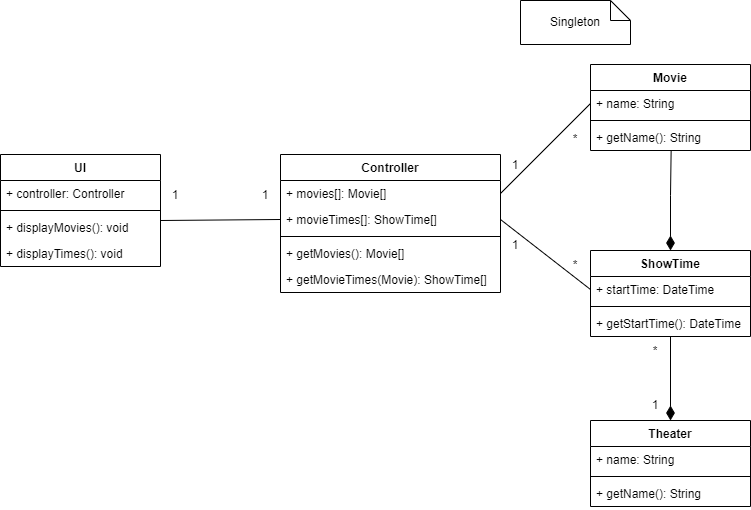
Before: TheaterSystem/doc/SingletonClassDiagram.png, a diagram exported from draw.io (mscs-jacky/theater-system). Source tidied: cells renumbered, new cells last; positions are measured from the earlier drawing's top-left corner, leaving out a move shared by most shapes.
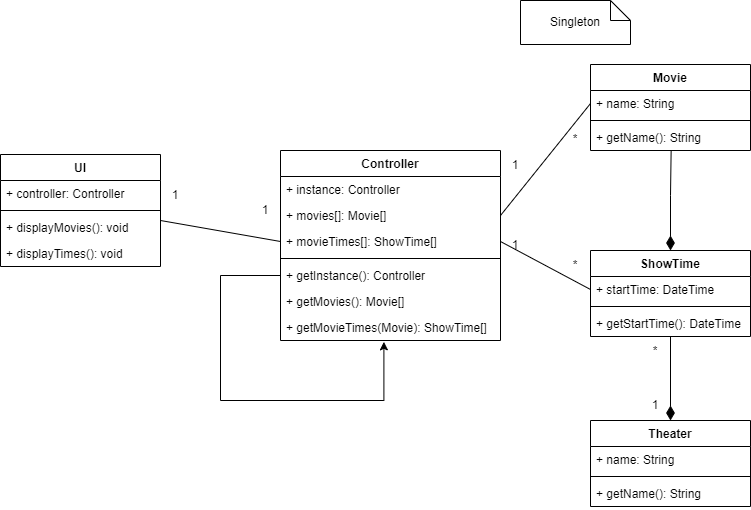
After the change.

The edit, as a diff of the source:
```diff
@@ -18,23 +18,38 @@
       <mxGeometry y="86" width="160" height="26" as="geometry" />
     </mxCell>
     <mxCell id="7" value="Controller" style="swimlane;fontStyle=1;align=center;verticalAlign=top;horizontal=1;startSize=26;" parent="1" vertex="1">
-      <mxGeometry x="280" y="154" width="220" height="138" as="geometry" />
+      <mxGeometry x="280" y="150" width="220" height="190" as="geometry" />
     </mxCell>
+    <mxCell id="39" value="+ instance: Controller" style="text;strokeColor=none;fillColor=none;align=left;verticalAlign=top;spacingLeft=4;spacingRight=4;overflow=hidden;" parent="7" vertex="1">
+      <mxGeometry y="26" width="220" height="26" as="geometry" />
+    </mxCell>
     <mxCell id="8" value="+ movies[]: Movie[]" style="text;strokeColor=none;fillColor=none;align=left;verticalAlign=top;spacingLeft=4;spacingRight=4;overflow=hidden;points=[[0,0.5],[1,0.5]];portConstraint=eastwest;" parent="7" vertex="1">
-      <mxGeometry y="26" width="220" height="26" as="geometry" />
+      <mxGeometry y="52" width="220" height="26" as="geometry" />
     </mxCell>
     <mxCell id="9" value="+ movieTimes[]: ShowTime[]" style="text;strokeColor=none;fillColor=none;align=left;verticalAlign=top;spacingLeft=4;spacingRight=4;overflow=hidden;points=[[0,0.5],[1,0.5]];portConstraint=eastwest;" parent="7" vertex="1">
-      <mxGeometry y="52" width="220" height="26" as="geometry" />
+      <mxGeometry y="78" width="220" height="26" as="geometry" />
     </mxCell>
     <mxCell id="10" style="line;strokeWidth=1;fillColor=none;align=left;verticalAlign=middle;spacingTop=-1;spacingLeft=3;spacingRight=3;labelPosition=right;" parent="7" vertex="1">
-      <mxGeometry y="78" width="220" height="8" as="geometry" />
+      <mxGeometry y="104" width="220" height="8" as="geometry" />
     </mxCell>
+    <mxCell id="40" value="+ getInstance(): Controller" style="text;strokeColor=none;fillColor=none;align=left;verticalAlign=top;spacingLeft=4;spacingRight=4;overflow=hidden;points=[[0,0.5],[1,0.5]];portConstraint=eastwest;" parent="7" vertex="1">
+      <mxGeometry y="112" width="220" height="26" as="geometry" />
+    </mxCell>
     <mxCell id="11" value="+ getMovies(): Movie[]" style="text;strokeColor=none;fillColor=none;align=left;verticalAlign=top;spacingLeft=4;spacingRight=4;overflow=hidden;" parent="7" vertex="1">
-      <mxGeometry y="86" width="220" height="26" as="geometry" />
+      <mxGeometry y="138" width="220" height="26" as="geometry" />
     </mxCell>
     <mxCell id="12" value="+ getMovieTimes(Movie): ShowTime[] " style="text;strokeColor=none;fillColor=none;align=left;verticalAlign=top;spacingLeft=4;spacingRight=4;overflow=hidden;points=[[0,0.5],[1,0.5]];portConstraint=eastwest;" parent="7" vertex="1">
-      <mxGeometry y="112" width="220" height="26" as="geometry" />
+      <mxGeometry y="164" width="220" height="26" as="geometry" />
     </mxCell>
+    <mxCell id="41" style="edgeStyle=orthogonalEdgeStyle;rounded=0;jettySize=auto;html=1;exitX=0;exitY=0.5;exitDx=0;exitDy=0;entryX=0.47;entryY=1.051;entryDx=0;entryDy=0;entryPerimeter=0;" parent="7" edge="1" source="40" target="12">
+      <mxGeometry relative="1" as="geometry">
+        <Array as="points">
+          <mxPoint x="-60" y="125" />
+          <mxPoint x="-60" y="250" />
+          <mxPoint x="103" y="250" />
+        </Array>
+      </mxGeometry>
+    </mxCell>
     <mxCell id="13" value="Movie" style="swimlane;fontStyle=1;align=center;verticalAlign=top;horizontal=1;startSize=26;" parent="1" vertex="1">
       <mxGeometry x="590" y="64" width="160" height="86" as="geometry" />
     </mxCell>
@@ -95,7 +110,7 @@
       <mxGeometry x="160" y="180" width="30" height="30" as="geometry" />
     </mxCell>
     <mxCell id="32" value="1" style="text;html=1;strokeColor=none;fillColor=none;align=center;verticalAlign=middle;whiteSpace=wrap;rounded=0;" parent="1" vertex="1">
-      <mxGeometry x="250" y="180" width="30" height="30" as="geometry" />
+      <mxGeometry x="250" y="195" width="30" height="30" as="geometry" />
     </mxCell>
     <mxCell id="33" value="1" style="text;html=1;strokeColor=none;fillColor=none;align=center;verticalAlign=middle;whiteSpace=wrap;rounded=0;" parent="1" vertex="1">
       <mxGeometry x="500" y="230" width="30" height="30" as="geometry" />
```
